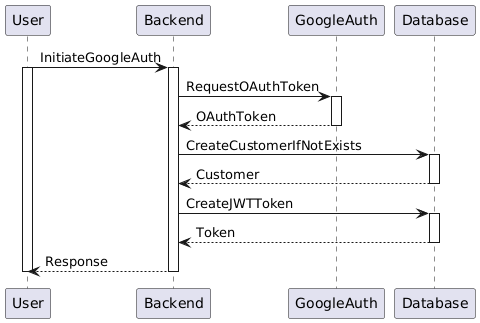
The PlantUML diagram docs/diagrams/out/docs/diagrams/sequence-diagrams/all-sequence-diagrams/Continue with Google.png in jadwalapp/symmetrical-spoon, before a commit. Source of this version:
```plantuml
@startuml
User -> Backend ++ : InitiateGoogleAuth
activate User

Backend -> GoogleAuth ++ : RequestOAuthToken
GoogleAuth --> Backend -- : OAuthToken

Backend -> Database ++ : CreateCustomerIfNotExists
Database --> Backend -- : Customer

Backend -> Database ++ : CreateJWTToken
Database --> Backend -- : Token

Backend --> User -- : Response
deactivate User
@enduml
```
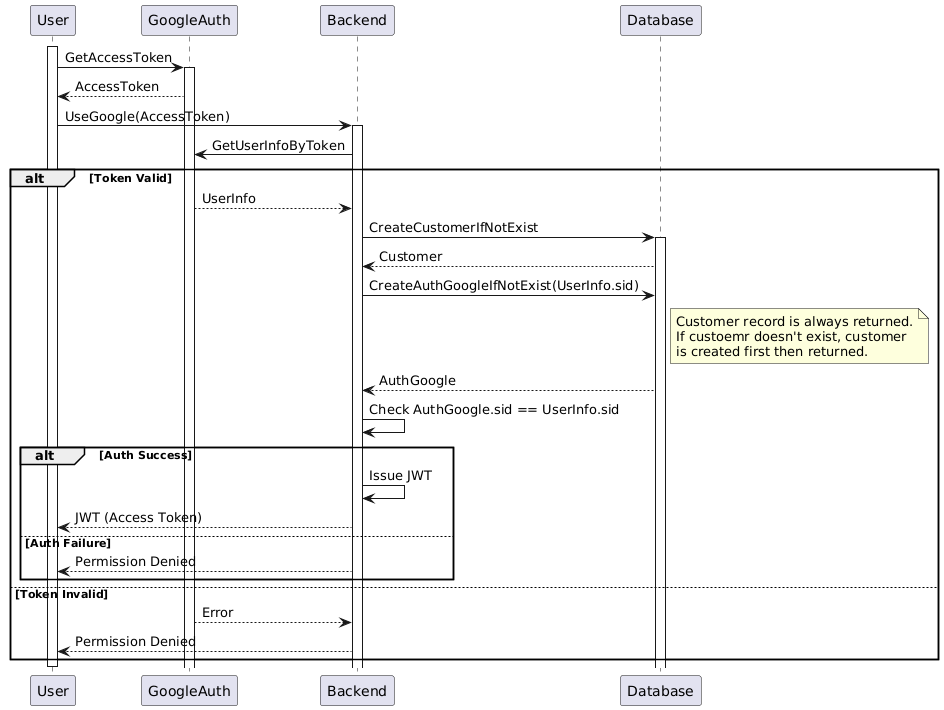
Above is the later version.

Diff of the diagram source:
```diff
@@ -1,16 +1,32 @@
 @startuml
-User -> Backend ++ : InitiateGoogleAuth
 activate User
 
-Backend -> GoogleAuth ++ : RequestOAuthToken
-GoogleAuth --> Backend -- : OAuthToken
+User -> GoogleAuth ++ : GetAccessToken
+GoogleAuth --> User : AccessToken
 
-Backend -> Database ++ : CreateCustomerIfNotExists
-Database --> Backend -- : Customer
+User -> Backend ++ : UseGoogle(AccessToken)
+Backend -> GoogleAuth : GetUserInfoByToken
+alt Token Valid
+    GoogleAuth --> Backend : UserInfo
 
-Backend -> Database ++ : CreateJWTToken
-Database --> Backend -- : Token
+    Backend -> Database ++ : CreateCustomerIfNotExist
+    Database --> Backend : Customer
 
-Backend --> User -- : Response
+    Backend -> Database : CreateAuthGoogleIfNotExist(UserInfo.sid)
+    note right of Database : Customer record is always returned.\nIf custoemr doesn't exist, customer\nis created first then returned.
+    Database --> Backend : AuthGoogle
+
+    Backend -> Backend : Check AuthGoogle.sid == UserInfo.sid
+    alt Auth Success
+        Backend -> Backend : Issue JWT
+        Backend --> User : JWT (Access Token)
+    else Auth Failure
+        Backend --> User : Permission Denied
+    end
+else Token Invalid
+    GoogleAuth --> Backend : Error
+    Backend --> User : Permission Denied
+end
+
 deactivate User
 @enduml
```
